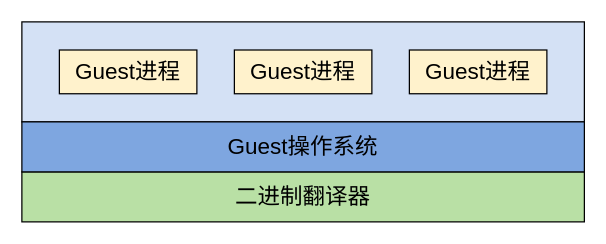
Above: page "系统级二进制翻译" (8 of 9) of lajit.drawio in ganjue66da/ganjue66da (draw.io), before the change. Source tidied: cells renumbered, new cells numbered last; positions are measured from the earlier drawing's top-left corner, leaving out a move shared by most shapes. Both pictures are drawn from the tidied source at 125%, with x=0, y=0 at pixel (21, 21).
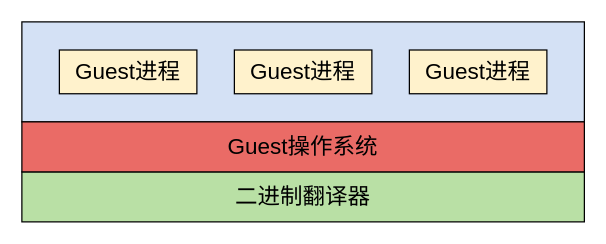
The same diagram, later.

The edit, as a diff of the source:
```diff
@@
 <mxGraphModel>
   <root>
     <mxCell id="0" />
     <mxCell id="1" parent="0" />
     <mxCell id="2" style="rounded=0;whiteSpace=wrap;html=1;fillColor=#D4E1F5;" parent="1" vertex="1">
       <mxGeometry width="450" height="80" as="geometry" />
     </mxCell>
     <mxCell id="3" value="&lt;font style=&quot;font-size: 18px;&quot;&gt;Guest进程&lt;/font&gt;" style="rounded=0;whiteSpace=wrap;html=1;fillColor=#FFF2CC;" parent="1" vertex="1">
       <mxGeometry x="30" y="22.5" width="110" height="35" as="geometry" />
     </mxCell>
     <mxCell id="4" value="&lt;font style=&quot;font-size: 18px;&quot;&gt;Guest进程&lt;/font&gt;" style="rounded=0;whiteSpace=wrap;html=1;fillColor=#FFF2CC;" parent="1" vertex="1">
       <mxGeometry x="170" y="22.5" width="110" height="35" as="geometry" />
     </mxCell>
     <mxCell id="5" value="&lt;font style=&quot;font-size: 18px;&quot;&gt;Guest进程&lt;/font&gt;" style="rounded=0;whiteSpace=wrap;html=1;fillColor=#FFF2CC;" parent="1" vertex="1">
       <mxGeometry x="310" y="22.5" width="110" height="35" as="geometry" />
     </mxCell>
     <mxCell id="6" value="二进制翻译器" style="rounded=0;whiteSpace=wrap;html=1;fontSize=18;fillColor=#B9E0A5;" parent="1" vertex="1">
       <mxGeometry y="120" width="450" height="40" as="geometry" />
     </mxCell>
-    <mxCell id="7" value="Guest操作系统" style="rounded=0;whiteSpace=wrap;html=1;fontSize=18;fillColor=#7EA6E0;" parent="1" vertex="1">
+    <mxCell id="7" value="Guest操作系统" style="rounded=0;whiteSpace=wrap;html=1;fontSize=18;fillColor=#EA6B66;" parent="1" vertex="1">
       <mxGeometry y="80" width="450" height="40" as="geometry" />
     </mxCell>
   </root>
 </mxGraphModel>
```
